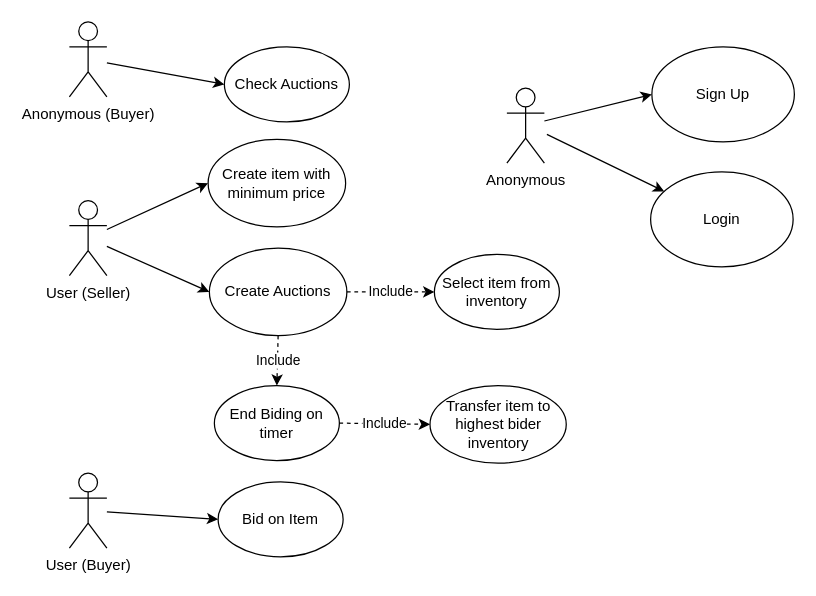
Above: Documentation/OnlineAuctionUseCase.drawio in Yousif-FJ/OnlineAuction (draw.io), before the change. Source tidied: cells renumbered, new cells numbered last; positions are measured from the earlier drawing's top-left corner, leaving out a move shared by most shapes. Both pictures are drawn from the tidied source at 125%, with x=0, y=0 at pixel (69, 21).
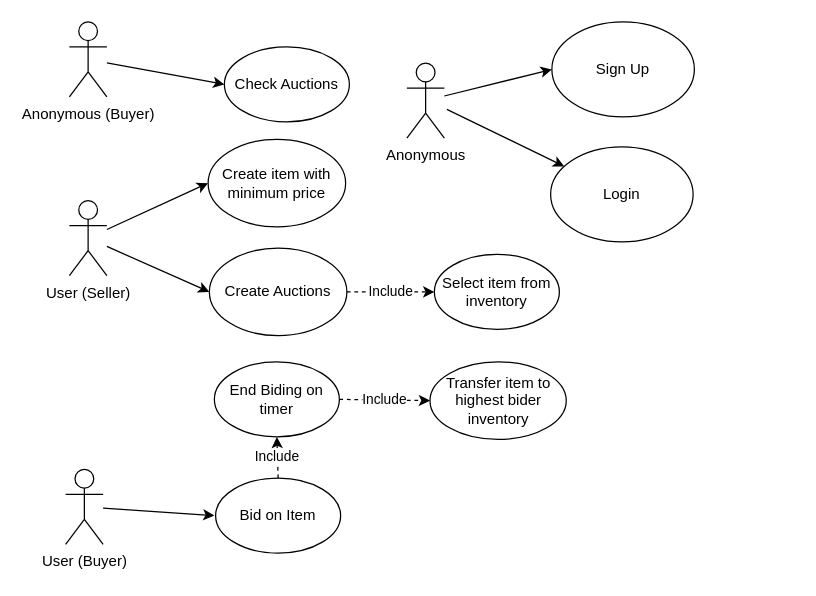
After the change.

Commit message:
Updated use case diagram

The change refers to these unchanged cells:
```xml
<mxCell id="2" value="Create Auctions" style="ellipse;whiteSpace=wrap;html=1;" parent="1" vertex="1">
  <mxGeometry x="112" y="181" width="110" height="70" as="geometry" />
</mxCell>
```

Change to the diagram source:
```diff
@@
     <mxCell id="6" value="Bid on Item" style="ellipse;whiteSpace=wrap;html=1;" parent="1" vertex="1">
-      <mxGeometry x="119" y="368" width="100" height="60" as="geometry" />
+      <mxGeometry x="117" y="365" width="100" height="60" as="geometry" />
     </mxCell>
     <mxCell id="7" value="End Biding on timer" style="ellipse;whiteSpace=wrap;html=1;" parent="1" vertex="1">
-      <mxGeometry x="116" y="291" width="100" height="60" as="geometry" />
+      <mxGeometry x="116" y="272" width="100" height="60" as="geometry" />
     </mxCell>
@@
     <mxCell id="9" value="Transfer item to highest bider inventory" style="ellipse;whiteSpace=wrap;html=1;" parent="1" vertex="1">
-      <mxGeometry x="288.5" y="291" width="109" height="62" as="geometry" />
+      <mxGeometry x="288.5" y="272" width="109" height="62" as="geometry" />
     </mxCell>
-    <mxCell id="10" value="Include" style="endArrow=classic;html=1;rounded=0;dashed=1;exitX=0.5;exitY=1;exitDx=0;exitDy=0;entryX=0.5;entryY=0;entryDx=0;entryDy=0;" parent="1" edge="1" source="2" target="7">
+    <mxCell id="10" value="Include" style="endArrow=classic;html=1;rounded=0;dashed=1;exitX=0.5;exitY=0;exitDx=0;exitDy=0;entryX=0.5;entryY=1;entryDx=0;entryDy=0;" parent="1" edge="1" source="6" target="7">
       <mxGeometry relative="1" as="geometry" />
     </mxCell>
@@
     <mxCell id="12" value="Sign Up" style="ellipse;whiteSpace=wrap;html=1;" parent="1" vertex="1">
-      <mxGeometry x="466" y="20" width="114" height="76" as="geometry" />
+      <mxGeometry x="386" width="114" height="76" as="geometry" />
     </mxCell>
     <mxCell id="13" value="Login" style="ellipse;whiteSpace=wrap;html=1;" parent="1" vertex="1">
-      <mxGeometry x="465" y="120" width="114" height="76" as="geometry" />
+      <mxGeometry x="385" y="100" width="114" height="76" as="geometry" />
     </mxCell>
@@
     <mxCell id="17" value="User (Buyer)" style="shape=umlActor;verticalLabelPosition=bottom;verticalAlign=top;html=1;outlineConnect=0;" parent="1" vertex="1">
-      <mxGeometry y="361" width="30" height="60" as="geometry" />
+      <mxGeometry x="-3" y="358" width="30" height="60" as="geometry" />
     </mxCell>
-    <mxCell id="18" style="endArrow=classic;html=1;rounded=0;entryX=0;entryY=0.5;entryDx=0;entryDy=0;" parent="1" edge="1" source="17" target="6">
-      <mxGeometry relative="1" as="geometry" />
+    <mxCell id="18" style="endArrow=classic;html=1;rounded=0;entryX=0;entryY=0.5;entryDx=0;entryDy=0;" parent="1" edge="1" source="17">
+      <mxGeometry relative="1" as="geometry">
+        <mxPoint x="116" y="395" as="targetPoint" />
+      </mxGeometry>
     </mxCell>
@@
     <mxCell id="21" value="Anonymous" style="shape=umlActor;verticalLabelPosition=bottom;verticalAlign=top;html=1;outlineConnect=0;" parent="1" vertex="1">
-      <mxGeometry x="350" y="53" width="30" height="60" as="geometry" />
+      <mxGeometry x="270" y="33" width="30" height="60" as="geometry" />
     </mxCell>
@@
     <mxCell id="23" style="endArrow=classic;html=1;rounded=0;" parent="1" edge="1" target="13">
       <mxGeometry relative="1" as="geometry">
-        <mxPoint x="382" y="90" as="sourcePoint" />
+        <mxPoint x="302" y="70" as="sourcePoint" />
       </mxGeometry>
     </mxCell>
```
